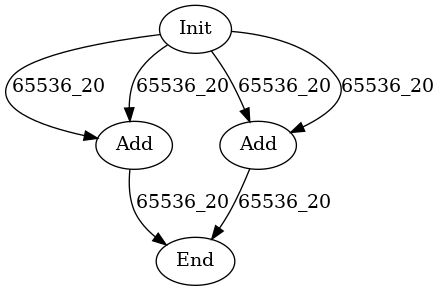
Earlier version of the Graphviz export data/graph_poly_hadd.dot.png (hal-lab-u-tokyo/PolyFHE). Its source is kept beside it as data/graph_poly_hadd.dot. Its diagram source:
```dot
digraph G {
Init[label="Init"];
Add0[label="Add"];
Add1[label="Add"];
End[label="End"];
Init->Add0[label="65536_20"];
Init->Add0[label="65536_20"];
Init->Add1[label="65536_20"];
Init->Add1[label="65536_20"];
Add0->End[label="65536_20"];
Add1->End[label="65536_20"];
}
```
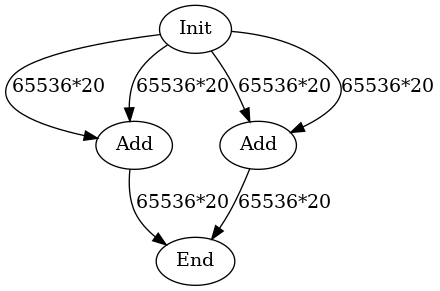
Above is the later version.

Commit message:
update edge label _ to *

Change to the diagram source:
```diff
@@ -3,10 +3,10 @@
 Add0[label="Add"];
 Add1[label="Add"];
 End[label="End"];
-Init->Add0[label="65536_20"];
-Init->Add0[label="65536_20"];
-Init->Add1[label="65536_20"];
-Init->Add1[label="65536_20"];
-Add0->End[label="65536_20"];
-Add1->End[label="65536_20"];
+Init->Add0[label="65536*20"];
+Init->Add0[label="65536*20"];
+Init->Add1[label="65536*20"];
+Init->Add1[label="65536*20"];
+Add0->End[label="65536*20"];
+Add1->End[label="65536*20"];
 }
```
